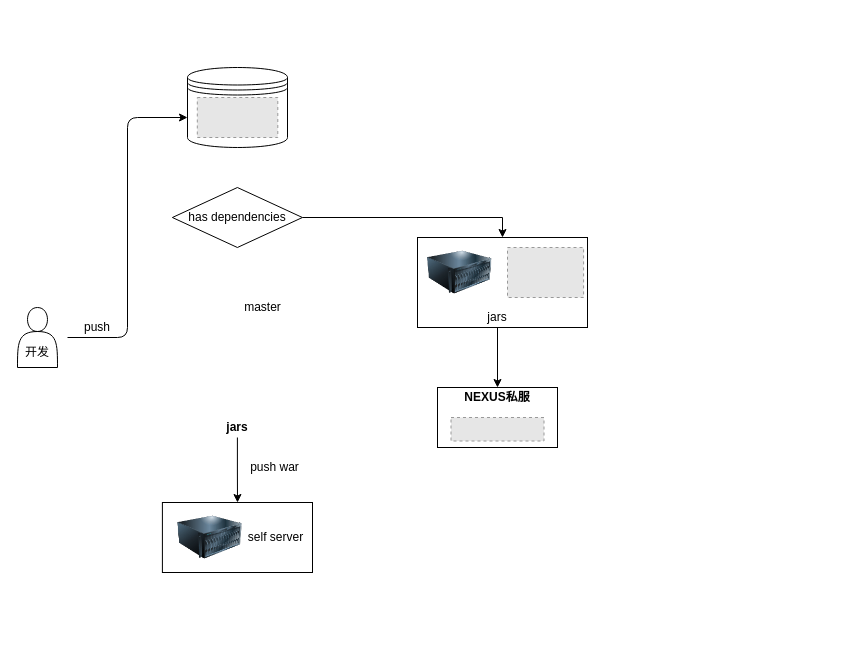
Above: Untitled Diagram.drawio in top37/pro1 (draw.io), before the change. Source tidied: cells renumbered, new cells numbered last; positions are measured from the earlier drawing's top-left corner, leaving out a move shared by most shapes. Both pictures are drawn from the tidied source at 100%, with x=0, y=0 at pixel (17, 67). Pictures stored in the file or linked from it are replaced by grey dashed boxes.
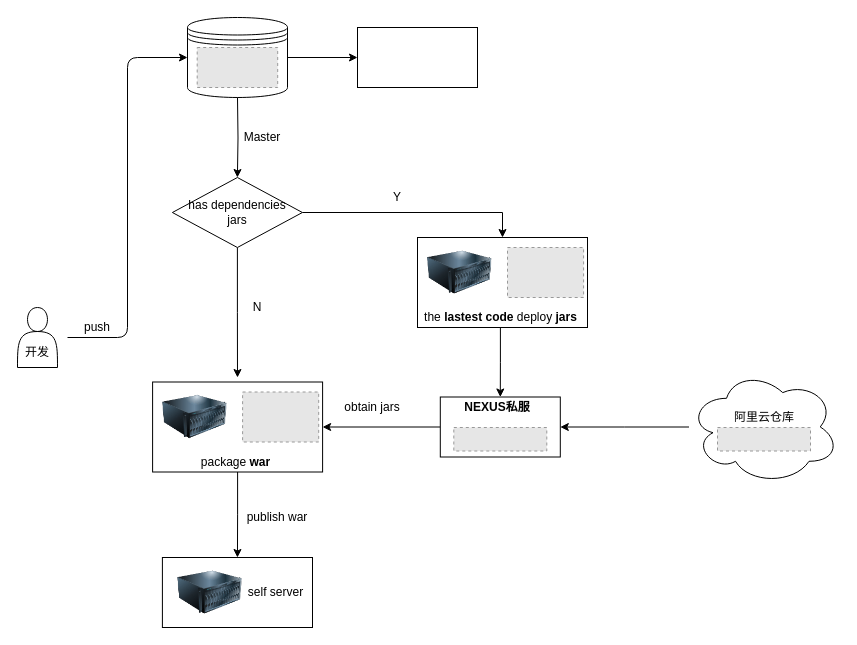
After the change.

The edit, as a diff of the source:
```diff
@@
-    <mxCell id="3" style="edgeStyle=elbowEdgeStyle;elbow=horizontal;endArrow=classic;html=1;" parent="1" edge="1">
+    <mxCell id="3" style="edgeStyle=elbowEdgeStyle;elbow=horizontal;endArrow=classic;html=1;entryX=0;entryY=0.5;entryDx=0;entryDy=0;" parent="1" edge="1" target="4">
       <mxGeometry relative="1" as="geometry">
         <mxPoint x="50" y="270" as="sourcePoint" />
-        <mxPoint x="170" y="50" as="targetPoint" />
       </mxGeometry>
     </mxCell>
+    <mxCell id="24" style="edgeStyle=orthogonalEdgeStyle;rounded=0;jettySize=auto;html=1;" parent="1" edge="1" source="4" target="40">
+      <mxGeometry relative="1" as="geometry" />
+    </mxCell>
     <mxCell id="4" style="shape=datastore;whiteSpace=wrap;html=1;" parent="1" vertex="1">
-      <mxGeometry x="170" width="100" height="80" as="geometry" />
+      <mxGeometry x="170" y="-50" width="100" height="80" as="geometry" />
     </mxCell>
+    <mxCell id="25" style="edgeStyle=orthogonalEdgeStyle;rounded=0;jettySize=auto;html=1;" parent="1" edge="1" target="18">
+      <mxGeometry relative="1" as="geometry">
+        <mxPoint x="220" y="30" as="sourcePoint" />
+      </mxGeometry>
+    </mxCell>
     <mxCell id="5" style="fillColor=#E6E6E6;strokeColor=#999999;dashed=1;verticalLabelPosition=bottom;labelBackgroundColor=#ffffff;verticalAlign=top;" parent="1" vertex="1">
-      <mxGeometry x="179.8" y="30" width="80.5" height="40" as="geometry" />
+      <mxGeometry x="179.7" y="-20" width="80.5" height="40" as="geometry" />
     </mxCell>
@@
-    <mxCell id="7" value="master" style="text;html=1;align=center;verticalAlign=middle;" parent="1" vertex="1">
-      <mxGeometry x="220" y="230" width="50" height="20" as="geometry" />
-    </mxCell>
@@
-    <mxCell id="11" style="edgeStyle=orthogonalEdgeStyle;rounded=0;jettySize=auto;html=1;" parent="1" edge="1" source="12" target="13">
-      <mxGeometry relative="1" as="geometry" />
-    </mxCell>
-    <mxCell id="12" value="&lt;b&gt;jars&lt;/b&gt;" style="text;html=1;strokeColor=none;fillColor=none;align=center;verticalAlign=middle;whiteSpace=wrap;rounded=0;" parent="1" vertex="1">
-      <mxGeometry x="199.9" y="350" width="40" height="20" as="geometry" />
-    </mxCell>
-    <mxCell id="13" style="whiteSpace=wrap;html=1;" parent="1" vertex="1">
-      <mxGeometry x="144.9" y="435" width="150.1" height="70" as="geometry" />
-    </mxCell>
-    <mxCell id="14" value="push war" style="text;html=1;strokeColor=none;fillColor=none;align=center;verticalAlign=middle;whiteSpace=wrap;rounded=0;" parent="1" vertex="1">
-      <mxGeometry x="225" y="389.5" width="65" height="20" as="geometry" />
-    </mxCell>
-    <mxCell id="15" style="image;html=1;image=img/lib/clip_art/computers/Server_128x128.png;" parent="1" vertex="1">
-      <mxGeometry x="160.2" y="445" width="64.8" height="50" as="geometry" />
-    </mxCell>
-    <mxCell id="16" value="self server" style="text;html=1;strokeColor=none;fillColor=none;align=center;verticalAlign=middle;whiteSpace=wrap;rounded=0;" parent="1" vertex="1">
-      <mxGeometry x="225.5" y="460" width="65" height="20" as="geometry" />
-    </mxCell>
@@
+    <mxCell id="26" style="edgeStyle=orthogonalEdgeStyle;rounded=0;jettySize=auto;html=1;" parent="1" edge="1" source="18">
+      <mxGeometry relative="1" as="geometry">
+        <mxPoint x="220" y="310" as="targetPoint" />
+      </mxGeometry>
+    </mxCell>
-    <mxCell id="18" value="has dependencies" style="rhombus;whiteSpace=wrap;html=1;" parent="1" vertex="1">
-      <mxGeometry x="154.9" y="120" width="130" height="60" as="geometry" />
+    <mxCell id="18" value="has dependencies&lt;br&gt;jars" style="rhombus;whiteSpace=wrap;html=1;" parent="1" vertex="1">
+      <mxGeometry x="154.9" y="110" width="130" height="70" as="geometry" />
     </mxCell>
@@
-    <mxCell id="20" value="jars" style="text;html=1;strokeColor=none;fillColor=none;align=center;verticalAlign=middle;whiteSpace=wrap;rounded=0;" parent="1" vertex="1">
-      <mxGeometry x="460" y="240" width="40" height="20" as="geometry" />
+    <mxCell id="20" value="the &lt;b&gt;lastest code&lt;/b&gt; deploy &lt;b&gt;jars&lt;/b&gt;" style="text;html=1;strokeColor=none;fillColor=none;align=center;verticalAlign=middle;whiteSpace=wrap;rounded=0;" parent="1" vertex="1">
+      <mxGeometry x="399.6" y="240" width="166.5" height="20" as="geometry" />
     </mxCell>
+    <mxCell id="27" style="edgeStyle=orthogonalEdgeStyle;rounded=0;jettySize=auto;html=1;" parent="1" edge="1" source="21" target="31">
+      <mxGeometry relative="1" as="geometry" />
+    </mxCell>
     <mxCell id="21" style="whiteSpace=wrap;html=1;" parent="1" vertex="1">
-      <mxGeometry x="420" y="320" width="120" height="60" as="geometry" />
+      <mxGeometry x="422.8" y="329.5" width="120" height="60" as="geometry" />
     </mxCell>
     <mxCell id="22" style="fillColor=#E6E6E6;strokeColor=#999999;dashed=1;verticalLabelPosition=bottom;labelBackgroundColor=#ffffff;verticalAlign=top;" parent="1" vertex="1">
-      <mxGeometry x="433.5" y="350" width="93" height="23.5" as="geometry" />
+      <mxGeometry x="436.3" y="360" width="93" height="23.5" as="geometry" />
     </mxCell>
     <mxCell id="23" value="&lt;b&gt;NEXUS私服&lt;/b&gt;" style="text;html=1;strokeColor=none;fillColor=none;align=center;verticalAlign=middle;whiteSpace=wrap;rounded=0;" parent="1" vertex="1">
-      <mxGeometry x="440" y="320" width="80" height="20" as="geometry" />
+      <mxGeometry x="440" y="329.5" width="80" height="20" as="geometry" />
     </mxCell>
+    <mxCell id="28" value="Y" style="text;html=1;strokeColor=none;fillColor=none;align=center;verticalAlign=middle;whiteSpace=wrap;rounded=0;" parent="1" vertex="1">
+      <mxGeometry x="359.6" y="120" width="40" height="20" as="geometry" />
+    </mxCell>
+    <mxCell id="29" value="Master" style="text;html=1;strokeColor=none;fillColor=none;align=center;verticalAlign=middle;whiteSpace=wrap;rounded=0;" parent="1" vertex="1">
+      <mxGeometry x="225" y="60" width="40" height="20" as="geometry" />
+    </mxCell>
+    <mxCell id="30" style="edgeStyle=orthogonalEdgeStyle;rounded=0;jettySize=auto;html=1;entryX=0.5;entryY=0;entryDx=0;entryDy=0;" parent="1" edge="1" source="31" target="36">
+      <mxGeometry relative="1" as="geometry" />
+    </mxCell>
+    <mxCell id="31" style="rounded=0;whiteSpace=wrap;html=1;" parent="1" vertex="1">
+      <mxGeometry x="135.1" y="314.5" width="170" height="90" as="geometry" />
+    </mxCell>
+    <mxCell id="32" style="image;html=1;image=img/lib/clip_art/computers/Server_128x128.png;" parent="1" vertex="1">
+      <mxGeometry x="145.1" y="324.5" width="64.8" height="50" as="geometry" />
+    </mxCell>
+    <mxCell id="33" style="fillColor=#E6E6E6;strokeColor=#999999;dashed=1;verticalLabelPosition=bottom;labelBackgroundColor=#ffffff;verticalAlign=top;" parent="1" vertex="1">
+      <mxGeometry x="225.1" y="324.5" width="76.1" height="50" as="geometry" />
+    </mxCell>
+    <mxCell id="34" value="package &lt;b&gt;war&lt;/b&gt;" style="text;html=1;strokeColor=none;fillColor=none;align=center;verticalAlign=middle;whiteSpace=wrap;rounded=0;" parent="1" vertex="1">
+      <mxGeometry x="134.7" y="384.5" width="166.5" height="20" as="geometry" />
+    </mxCell>
+    <mxCell id="35" value="N" style="text;html=1;strokeColor=none;fillColor=none;align=center;verticalAlign=middle;whiteSpace=wrap;rounded=0;" parent="1" vertex="1">
+      <mxGeometry x="220.2" y="230" width="40" height="20" as="geometry" />
+    </mxCell>
+    <mxCell id="36" style="whiteSpace=wrap;html=1;" parent="1" vertex="1">
+      <mxGeometry x="144.9" y="490" width="150.1" height="70" as="geometry" />
+    </mxCell>
+    <mxCell id="37" style="image;html=1;image=img/lib/clip_art/computers/Server_128x128.png;" parent="1" vertex="1">
+      <mxGeometry x="160.2" y="500" width="64.8" height="50" as="geometry" />
+    </mxCell>
+    <mxCell id="16" value="self server" style="text;html=1;strokeColor=none;fillColor=none;align=center;verticalAlign=middle;whiteSpace=wrap;rounded=0;" parent="1" vertex="1">
+      <mxGeometry x="225.6" y="515" width="65" height="20" as="geometry" />
+    </mxCell>
+    <mxCell id="38" value="publish war" style="text;html=1;strokeColor=none;fillColor=none;align=center;verticalAlign=middle;whiteSpace=wrap;rounded=0;" parent="1" vertex="1">
+      <mxGeometry x="224.9" y="440" width="70.1" height="20" as="geometry" />
+    </mxCell>
+    <mxCell id="39" value="obtain jars" style="text;html=1;strokeColor=none;fillColor=none;align=center;verticalAlign=middle;whiteSpace=wrap;rounded=0;" parent="1" vertex="1">
+      <mxGeometry x="320" y="329.5" width="70" height="20" as="geometry" />
+    </mxCell>
+    <mxCell id="40" style="whiteSpace=wrap;html=1;" parent="1" vertex="1">
+      <mxGeometry x="340" y="-40" width="120" height="60" as="geometry" />
+    </mxCell>
+    <mxCell id="41" style="edgeStyle=orthogonalEdgeStyle;rounded=0;jettySize=auto;html=1;entryX=1;entryY=0.5;entryDx=0;entryDy=0;" parent="1" edge="1" source="42" target="21">
+      <mxGeometry relative="1" as="geometry" />
+    </mxCell>
+    <mxCell id="42" style="ellipse;shape=cloud;whiteSpace=wrap;html=1;" parent="1" vertex="1">
+      <mxGeometry x="671.5" y="302.2" width="150" height="114.5" as="geometry" />
+    </mxCell>
+    <mxCell id="43" style="fillColor=#E6E6E6;strokeColor=#999999;dashed=1;verticalLabelPosition=bottom;labelBackgroundColor=#ffffff;verticalAlign=top;" parent="1" vertex="1">
+      <mxGeometry x="700" y="360" width="93" height="23.5" as="geometry" />
+    </mxCell>
+    <mxCell id="44" value="阿里云仓库" style="text;html=1;strokeColor=none;fillColor=none;align=center;verticalAlign=middle;whiteSpace=wrap;rounded=0;" parent="1" vertex="1">
+      <mxGeometry x="714.8" y="340" width="63.5" height="20" as="geometry" />
+    </mxCell>
```
